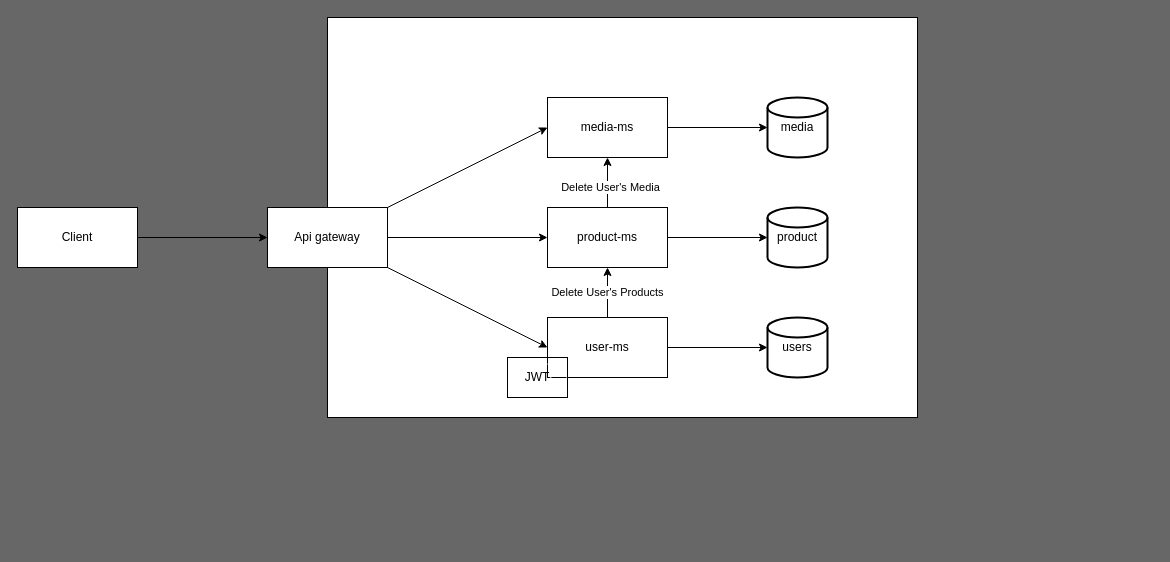
Before: data-flow.drawio in AntonWiklund1/buy-01, a draw.io diagram. Source tidied: cells renumbered, new cells numbered last; positions are measured from the earlier drawing's top-left corner, leaving out a move shared by most shapes. Both pictures are drawn from the tidied source at 100%, with x=0, y=0 at pixel (17, 17). Pictures stored in the file or linked from it are replaced by grey dashed boxes.
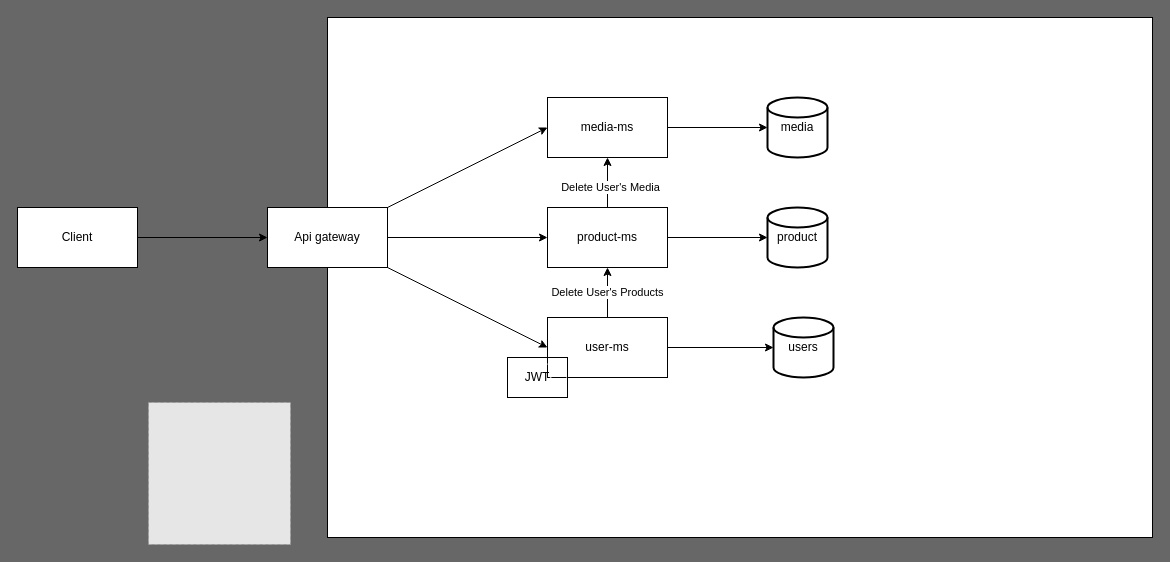
The same diagram, later.

Commit message:
changed conenction descrption

Change to the diagram source:
```diff
@@
     <mxCell id="6" style="rounded=0;whiteSpace=wrap;html=1;glass=0;fillStyle=solid;fillColor=default;" parent="1" vertex="1">
-      <mxGeometry x="310" width="590" height="400" as="geometry" />
+      <mxGeometry x="310" width="825" height="520" as="geometry" />
     </mxCell>
@@
     <mxCell id="19" value="users" style="strokeWidth=2;html=1;shape=mxgraph.flowchart.database;whiteSpace=wrap;rounded=0;glass=0;sketch=0;fillStyle=dashed;" parent="1" vertex="1">
-      <mxGeometry x="750" y="300" width="60" height="60" as="geometry" />
+      <mxGeometry x="756" y="300" width="60" height="60" as="geometry" />
     </mxCell>
@@
+    <mxCell id="24" style="fillColor=#E6E6E6;strokeColor=#999999;dashed=1;verticalLabelPosition=bottom;labelBackgroundColor=default;verticalAlign=top;" parent="1" vertex="1">
+      <mxGeometry x="131" y="385" width="142" height="142" as="geometry" />
+    </mxCell>
```
